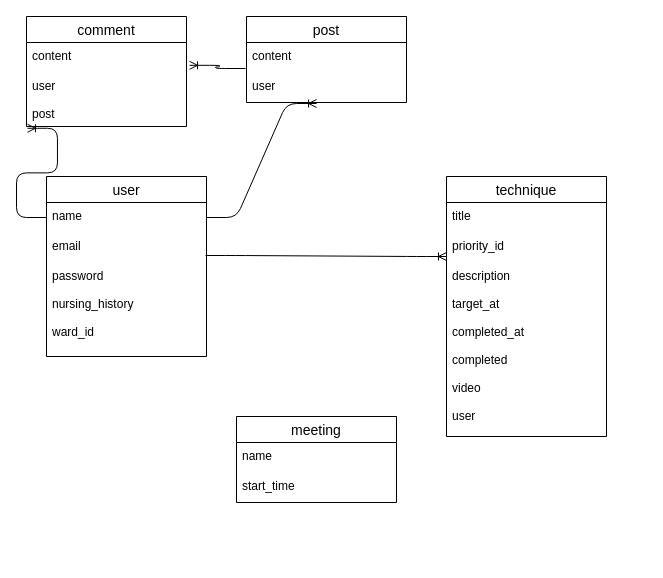
Before: test.dio in mitsugu-kawaguchi/nurseapp-32473, a draw.io diagram. Source tidied: cells renumbered, new cells numbered last; positions are measured from the earlier drawing's top-left corner, leaving out a move shared by most shapes. Both pictures are drawn from the tidied source at 100%, with x=0, y=0 at pixel (26, 16).
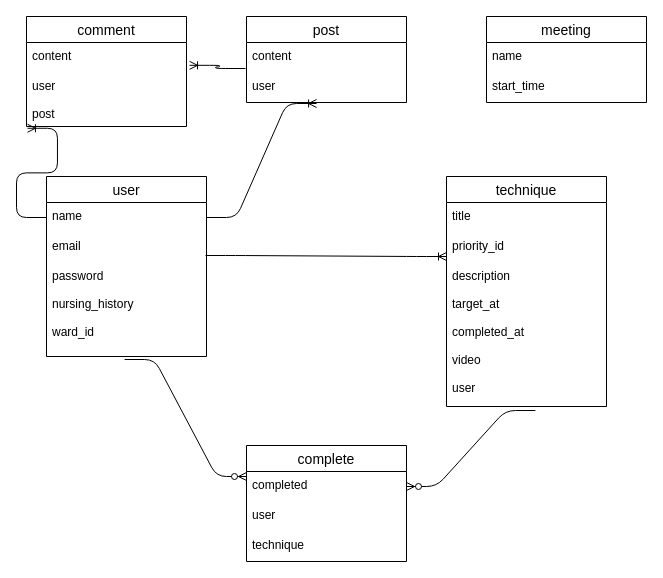
The same diagram, later.

Unchanged cells that the change refers to:
```xml
<mxCell id="5" value="password&#10;&#10;nursing_history&#10;&#10;ward_id" style="text;strokeColor=none;fillColor=none;spacingLeft=4;spacingRight=4;overflow=hidden;points=[[0,0.5],[1,0.5]];portConstraint=eastwest;fontSize=12;" parent="2" vertex="1">
  <mxGeometry y="86" width="160" height="94" as="geometry" />
</mxCell>
```

Change to the diagram source:
```diff
@@
     <mxCell id="9" value="meeting" style="swimlane;fontStyle=0;horizontal=1;startSize=26;align=center;fontSize=14;" parent="1" vertex="1">
-      <mxGeometry x="210" y="400" width="160" height="86" as="geometry" />
+      <mxGeometry x="460" width="160" height="86" as="geometry" />
     </mxCell>
@@
     <mxCell id="12" value="technique" style="swimlane;fontStyle=0;horizontal=1;startSize=26;align=center;fontSize=14;" parent="1" vertex="1">
-      <mxGeometry x="420" y="160" width="160" height="260" as="geometry" />
+      <mxGeometry x="420" y="160" width="160" height="230" as="geometry" />
     </mxCell>
@@
-    <mxCell id="15" value="description&#10;&#10;target_at&#10;&#10;completed_at&#10;&#10;completed&#10;&#10;video&#10;&#10;user" style="text;strokeColor=none;fillColor=none;spacingLeft=4;spacingRight=4;overflow=hidden;points=[[0,0.5],[1,0.5]];portConstraint=eastwest;fontSize=12;" parent="12" vertex="1">
-      <mxGeometry y="86" width="160" height="174" as="geometry" />
+    <mxCell id="15" value="description&#10;&#10;target_at&#10;&#10;completed_at&#10;&#10;video&#10;&#10;user" style="text;strokeColor=none;fillColor=none;spacingLeft=4;spacingRight=4;overflow=hidden;points=[[0,0.5],[1,0.5]];portConstraint=eastwest;fontSize=12;" parent="12" vertex="1">
+      <mxGeometry y="86" width="160" height="144" as="geometry" />
     </mxCell>
@@
+    <mxCell id="23" value="complete" style="swimlane;fontStyle=0;horizontal=1;startSize=26;align=center;fontSize=14;" parent="1" vertex="1">
+      <mxGeometry x="220" y="429" width="160" height="116" as="geometry" />
+    </mxCell>
+    <mxCell id="24" value="completed" style="text;strokeColor=none;fillColor=none;spacingLeft=4;spacingRight=4;overflow=hidden;points=[[0,0.5],[1,0.5]];portConstraint=eastwest;fontSize=12;" parent="23" vertex="1">
+      <mxGeometry y="26" width="160" height="30" as="geometry" />
+    </mxCell>
+    <mxCell id="25" value="user" style="text;strokeColor=none;fillColor=none;spacingLeft=4;spacingRight=4;overflow=hidden;fontSize=12;" parent="23" vertex="1">
+      <mxGeometry y="56" width="160" height="30" as="geometry" />
+    </mxCell>
+    <mxCell id="26" value="technique" style="text;strokeColor=none;fillColor=none;spacingLeft=4;spacingRight=4;overflow=hidden;fontSize=12;" parent="23" vertex="1">
+      <mxGeometry y="86" width="160" height="30" as="geometry" />
+    </mxCell>
+    <mxCell id="27" style="edgeStyle=entityRelationEdgeStyle;fontSize=12;html=1;endArrow=ERzeroToMany;endFill=1;exitX=0.488;exitY=1.032;exitDx=0;exitDy=0;exitPerimeter=0;" parent="1" edge="1" source="5">
+      <mxGeometry relative="1" as="geometry">
+        <mxPoint x="220" y="460" as="targetPoint" />
+      </mxGeometry>
+    </mxCell>
+    <mxCell id="28" style="edgeStyle=entityRelationEdgeStyle;fontSize=12;html=1;endArrow=ERzeroToMany;endFill=1;exitX=0.556;exitY=1.028;exitDx=0;exitDy=0;exitPerimeter=0;entryX=1;entryY=0.5;entryDx=0;entryDy=0;" parent="1" edge="1" source="15" target="24">
+      <mxGeometry relative="1" as="geometry" />
+    </mxCell>
```
